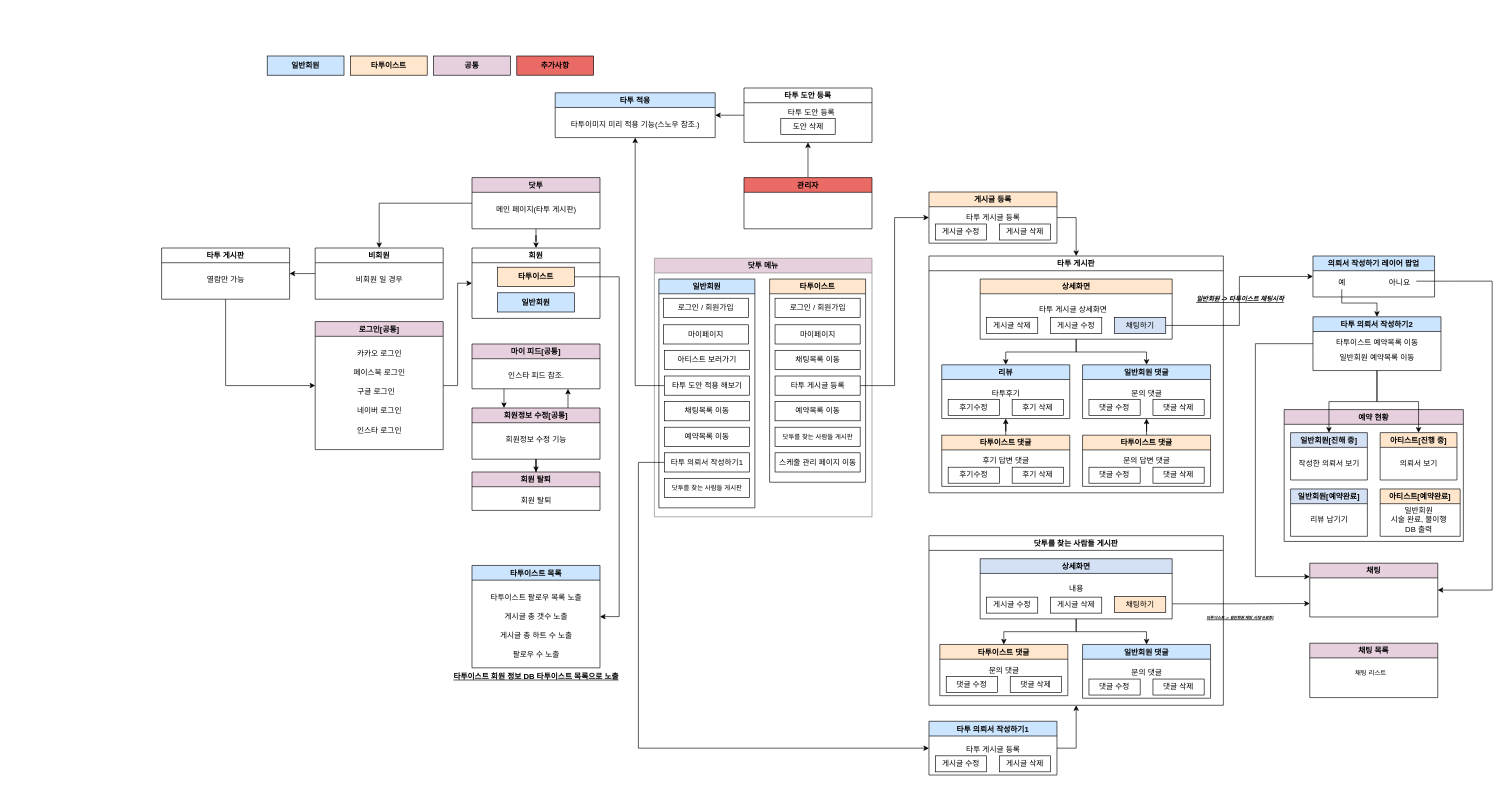
COSMOS98/DoTattoo keeps this draw.io diagram as Untitled Diagram.drawio. Above is the earlier version. Source tidied: cells renumbered, new cells numbered last; positions are measured from the earlier drawing's top-left corner, leaving out a move shared by most shapes. Both pictures are drawn from the tidied source at 64%, with x=0, y=0 at pixel (161, 56).
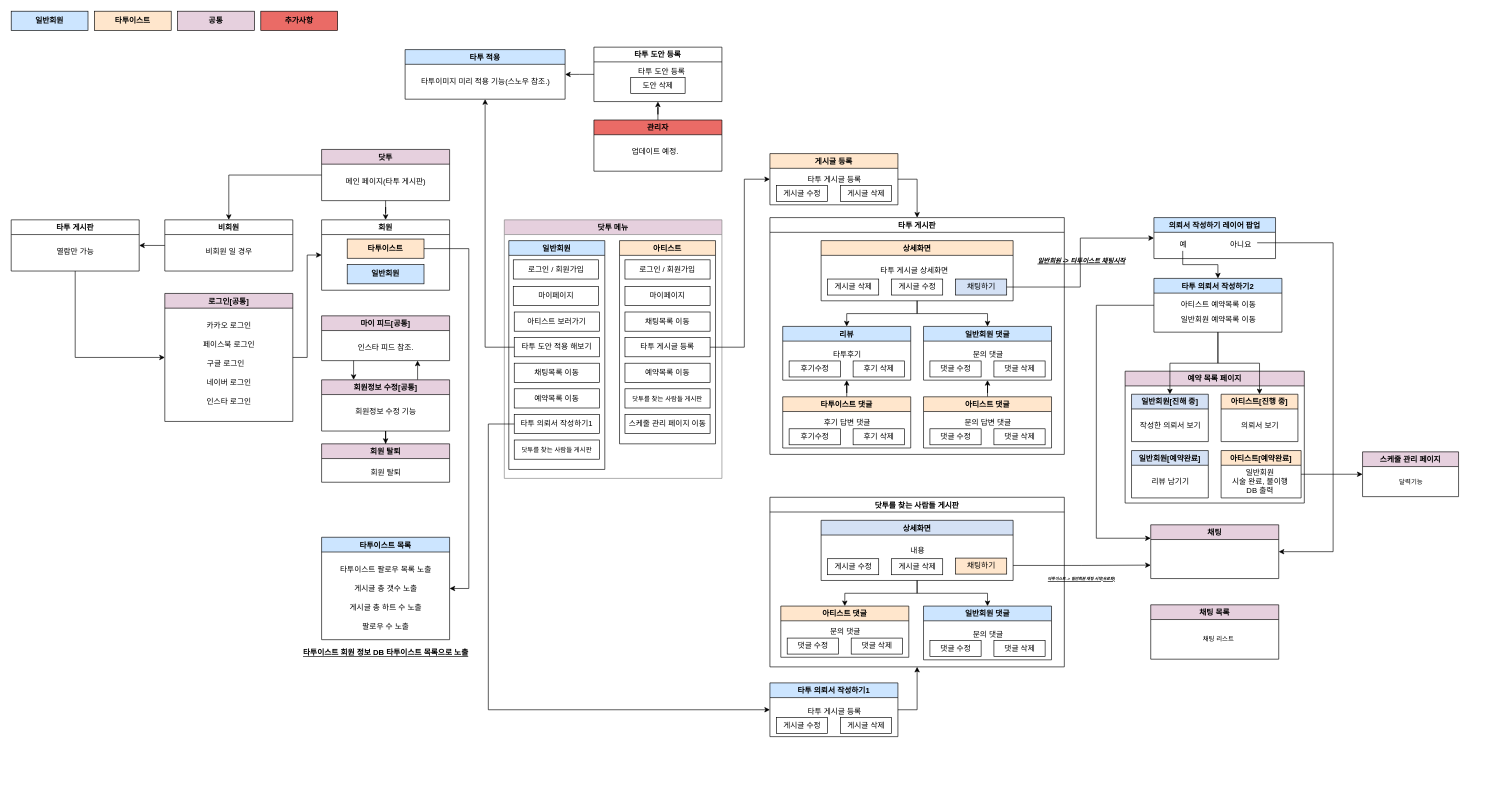
The same diagram, later.

The change refers to these unchanged cells:
```xml
<mxCell id="9" value="타투 의뢰서 작성하기1" style="rounded=0;whiteSpace=wrap;html=1;fillColor=none;" parent="3" vertex="1">
  <mxGeometry x="8.5" y="271.5" width="133" height="30" as="geometry" />
</mxCell>
<mxCell id="18" value="타투 게시글 등록" style="rounded=0;whiteSpace=wrap;html=1;fillColor=none;" parent="12" vertex="1">
  <mxGeometry x="8.5" y="151.5" width="133" height="30" as="geometry" />
</mxCell>
<mxCell id="24" value="&lt;b&gt;타투이스트&lt;/b&gt;" style="rounded=0;whiteSpace=wrap;html=1;fillColor=#FFE6CC;" parent="23" vertex="1">
  <mxGeometry x="40" y="30" width="120" height="30" as="geometry" />
</mxCell>
<mxCell id="120" value="아티스트[예약완료]" style="swimlane;fillColor=#FFE6CC;" parent="113" vertex="1">
  <mxGeometry x="150" y="124" width="125" height="74" as="geometry" />
</mxCell>
<mxCell id="142" value="아니요" style="text;html=1;align=center;verticalAlign=middle;points=[];strokeColor=none;fillColor=none;" parent="140" vertex="1">
  <mxGeometry x="110" y="32" width="50" height="20" as="geometry" />
</mxCell>
```

Change to the diagram source:
```diff
@@
     <mxCell id="2" value="닷투 메뉴" style="swimlane;fillColor=#E6D0DE;strokeColor=#808080;" parent="1" vertex="1">
-      <mxGeometry x="770" y="316" width="340" height="404" as="geometry" />
+      <mxGeometry x="535.5" y="256" width="340" height="404" as="geometry" />
     </mxCell>
@@
-    <mxCell id="12" value="타투이스트" style="swimlane;strokeColor=#000000;fillColor=#FFE6CC;" parent="2" vertex="1">
+    <mxCell id="12" value="아티스트" style="swimlane;strokeColor=#000000;fillColor=#FFE6CC;startSize=23;" parent="2" vertex="1">
       <mxGeometry x="180" y="32.5" width="150" height="317.5" as="geometry" />
     </mxCell>
@@
     <mxCell id="21" value="비회원" style="swimlane;strokeColor=#000000;fillColor=none;" parent="1" vertex="1">
-      <mxGeometry x="240" y="300" width="200" height="80" as="geometry" />
+      <mxGeometry x="5" y="256" width="200" height="80" as="geometry" />
     </mxCell>
@@
     <mxCell id="23" value="회원" style="swimlane;strokeColor=#000000;fillColor=none;" parent="1" vertex="1">
-      <mxGeometry x="485" y="300" width="200" height="110" as="geometry" />
+      <mxGeometry x="250" y="256" width="200" height="110" as="geometry" />
     </mxCell>
@@
     <mxCell id="26" value="타투 게시판" style="swimlane;strokeColor=#000000;fillColor=none;" parent="1" vertex="1">
-      <mxGeometry y="300" width="200" height="80" as="geometry" />
+      <mxGeometry x="-235" y="256" width="200" height="80" as="geometry" />
     </mxCell>
@@
     <mxCell id="29" value="로그인[공통]" style="swimlane;strokeColor=#000000;fillColor=#E6D0DE;" parent="1" vertex="1">
-      <mxGeometry x="240" y="415" width="200" height="200" as="geometry" />
+      <mxGeometry x="5" y="371" width="200" height="200" as="geometry" />
     </mxCell>
@@
     <mxCell id="36" value="마이 피드[공통]" style="swimlane;strokeColor=#000000;fillColor=#E6D0DE;" parent="1" vertex="1">
-      <mxGeometry x="485" y="450" width="200" height="70" as="geometry" />
+      <mxGeometry x="250" y="406" width="200" height="70" as="geometry" />
     </mxCell>
@@
     <mxCell id="40" value="회원정보 수정[공통]" style="swimlane;strokeColor=#000000;fillColor=#E6D0DE;" parent="1" vertex="1">
-      <mxGeometry x="485" y="550" width="200" height="80" as="geometry" />
+      <mxGeometry x="250" y="506" width="200" height="80" as="geometry" />
     </mxCell>
@@
     <mxCell id="42" value="타투 게시판" style="swimlane;strokeColor=#000000;fillColor=none;" parent="1" vertex="1">
-      <mxGeometry x="1199" y="312.5" width="460" height="370" as="geometry" />
+      <mxGeometry x="950.5" y="252.5" width="460" height="370" as="geometry" />
     </mxCell>
@@
-    <mxCell id="64" value="타투이스트 댓글" style="swimlane;strokeColor=#000000;fillColor=#FFE6CC;startSize=23;" parent="42" vertex="1">
+    <mxCell id="64" value="아티스트 댓글" style="swimlane;strokeColor=#000000;fillColor=#FFE6CC;startSize=23;" parent="42" vertex="1">
       <mxGeometry x="240" y="280" width="200" height="80" as="geometry" />
     </mxCell>
@@
     <mxCell id="68" value="타투 적용" style="swimlane;strokeColor=#000000;fillColor=#CCE5FF;" parent="1" vertex="1">
-      <mxGeometry x="615" y="57.5" width="250" height="70" as="geometry" />
+      <mxGeometry x="380.5" y="-10" width="250" height="77.5" as="geometry" />
     </mxCell>
@@
     <mxCell id="70" value="타투이스트 목록" style="swimlane;strokeColor=#000000;fillColor=#CCE5FF;" parent="1" vertex="1">
-      <mxGeometry x="485" y="796" width="200" height="160" as="geometry" />
+      <mxGeometry x="250" y="752" width="200" height="160" as="geometry" />
     </mxCell>
@@
     <mxCell id="76" value="게시글 등록" style="swimlane;strokeColor=#000000;fillColor=#FFE6CC;" parent="1" vertex="1">
-      <mxGeometry x="1199" y="212.5" width="200" height="80" as="geometry" />
+      <mxGeometry x="950.5" y="152.5" width="200" height="80" as="geometry" />
     </mxCell>
@@
     <mxCell id="81" value="타투 도안 등록" style="swimlane;strokeColor=#000000;fillColor=none;" parent="1" vertex="1">
-      <mxGeometry x="910" y="50" width="200" height="85" as="geometry" />
+      <mxGeometry x="675.5" y="-13.8" width="200" height="85" as="geometry" />
     </mxCell>
@@
     <mxCell id="84" value="&lt;b&gt;&lt;u&gt;타투이스트 회원 정보 DB 타투이스트 목록으로 노출&lt;/u&gt;&lt;/b&gt;" style="text;html=1;align=center;verticalAlign=middle;strokeColor=none;fillColor=none;" parent="1" vertex="1">
-      <mxGeometry x="440" y="960" width="290" height="20" as="geometry" />
+      <mxGeometry x="205" y="922.5" width="290" height="20" as="geometry" />
     </mxCell>
     <mxCell id="85" value="&lt;b&gt;일반회원&lt;/b&gt;" style="rounded=0;whiteSpace=wrap;html=1;fillColor=#CCE5FF;" parent="1" vertex="1">
-      <mxGeometry x="165" width="120" height="30" as="geometry" />
+      <mxGeometry x="-235" y="-70" width="120" height="30" as="geometry" />
     </mxCell>
     <mxCell id="86" value="&lt;b&gt;타투이스트&lt;/b&gt;" style="rounded=0;whiteSpace=wrap;html=1;fillColor=#FFE6CC;" parent="1" vertex="1">
-      <mxGeometry x="295" width="120" height="30" as="geometry" />
+      <mxGeometry x="-105" y="-70" width="120" height="30" as="geometry" />
     </mxCell>
     <mxCell id="87" value="&lt;b&gt;공통&lt;/b&gt;" style="rounded=0;whiteSpace=wrap;html=1;fillColor=#E6D0DE;" parent="1" vertex="1">
-      <mxGeometry x="425" width="120" height="30" as="geometry" />
+      <mxGeometry x="25" y="-70" width="120" height="30" as="geometry" />
     </mxCell>
     <mxCell id="88" value="회원 탈퇴" style="swimlane;fillColor=#E6D0DE;" parent="1" vertex="1">
-      <mxGeometry x="485" y="650" width="200" height="60" as="geometry" />
+      <mxGeometry x="250" y="606" width="200" height="60" as="geometry" />
     </mxCell>
@@
     <mxCell id="90" value="&lt;b&gt;추가사항&lt;/b&gt;" style="rounded=0;whiteSpace=wrap;html=1;fillColor=#EA6B66;" parent="1" vertex="1">
-      <mxGeometry x="555" width="120" height="30" as="geometry" />
+      <mxGeometry x="155" y="-70" width="120" height="30" as="geometry" />
     </mxCell>
     <mxCell id="91" value="닷투를 찾는 사람들 게시판" style="swimlane;strokeColor=#000000;fillColor=none;" parent="1" vertex="1">
-      <mxGeometry x="1199" y="749.5" width="460" height="265" as="geometry" />
+      <mxGeometry x="950.5" y="689.5" width="460" height="265" as="geometry" />
     </mxCell>
@@
-    <mxCell id="103" value="타투이스트 댓글" style="swimlane;strokeColor=#000000;fillColor=#FFE6CC;startSize=23;" parent="91" vertex="1">
+    <mxCell id="103" value="아티스트 댓글" style="swimlane;strokeColor=#000000;fillColor=#FFE6CC;startSize=23;" parent="91" vertex="1">
       <mxGeometry x="17" y="170" width="200" height="80" as="geometry" />
     </mxCell>
@@
     <mxCell id="108" value="타투 의뢰서 작성하기1" style="swimlane;strokeColor=#000000;fillColor=#CCE5FF;startSize=23;" parent="1" vertex="1">
-      <mxGeometry x="1199" y="1039.5" width="200" height="84" as="geometry" />
+      <mxGeometry x="950.5" y="979.5" width="200" height="84" as="geometry" />
     </mxCell>
@@
     <mxCell id="112" value="채팅" style="swimlane;strokeColor=#000000;fillColor=#E6D0DE;" parent="1" vertex="1">
-      <mxGeometry x="1794" y="792.5" width="200" height="84" as="geometry" />
+      <mxGeometry x="1545.5" y="732.5" width="200" height="84" as="geometry" />
     </mxCell>
-    <mxCell id="113" value="예약 현황" style="swimlane;strokeColor=#000000;fillColor=#E6D0DE;" parent="1" vertex="1">
-      <mxGeometry x="1754" y="552.5" width="280" height="206" as="geometry" />
+    <mxCell id="113" value="예약 목록 페이지" style="swimlane;strokeColor=#000000;fillColor=#E6D0DE;" parent="1" vertex="1">
+      <mxGeometry x="1505.5" y="492.5" width="280" height="206" as="geometry" />
     </mxCell>
@@
     <mxCell id="122" value="채팅 목록" style="swimlane;strokeColor=#000000;fillColor=#E6D0DE;startSize=23;" parent="1" vertex="1">
-      <mxGeometry x="1794" y="917.5" width="200" height="85" as="geometry" />
+      <mxGeometry x="1545.5" y="857.5" width="200" height="85" as="geometry" />
     </mxCell>
     <mxCell id="123" value="채팅 리스트" style="text;html=1;align=center;verticalAlign=middle;strokeColor=none;fillColor=none;fontSize=10;" parent="122" vertex="1">
-      <mxGeometry x="60" y="36" width="70" height="20" as="geometry" />
+      <mxGeometry x="70" y="42.5" width="70" height="20" as="geometry" />
     </mxCell>
@@
     <mxCell id="126" value="닷투" style="swimlane;strokeColor=#000000;fillColor=#E6D0DE;" parent="1" vertex="1">
-      <mxGeometry x="485" y="190" width="200" height="80" as="geometry" />
+      <mxGeometry x="250" y="146" width="200" height="80" as="geometry" />
     </mxCell>
@@
     <mxCell id="129" value="&lt;u&gt;&lt;font style=&quot;font-size: 6px&quot;&gt;&lt;b&gt;&lt;i&gt;타투이스트 -&amp;gt; 일반회원 채팅 시작(유료화)&lt;/i&gt;&lt;/b&gt;&lt;/font&gt;&lt;/u&gt;" style="text;html=1;align=center;verticalAlign=middle;strokeColor=none;fillColor=none;fontSize=10;" parent="1" vertex="1">
-      <mxGeometry x="1585" y="866" width="200" height="20" as="geometry" />
+      <mxGeometry x="1336.5" y="806" width="200" height="20" as="geometry" />
     </mxCell>
     <mxCell id="130" value="&lt;font style=&quot;font-size: 10px&quot;&gt;&lt;b&gt;&lt;i&gt;&lt;u&gt;일반회원 -&amp;gt; 타투이스트 채팅시작&lt;/u&gt;&lt;/i&gt;&lt;/b&gt;&lt;/font&gt;" style="text;html=1;align=center;verticalAlign=middle;strokeColor=none;fillColor=none;" parent="1" vertex="1">
-      <mxGeometry x="1605" y="370" width="160" height="20" as="geometry" />
+      <mxGeometry x="1356.5" y="310" width="160" height="20" as="geometry" />
     </mxCell>
@@
     <mxCell id="132" value="관리자" style="swimlane;fillColor=#EA6B66;" parent="1" vertex="1">
-      <mxGeometry x="910" y="190" width="200" height="80" as="geometry" />
+      <mxGeometry x="675.5" y="100" width="200" height="80" as="geometry" />
     </mxCell>
@@
     <mxCell id="136" style="edgeStyle=orthogonalEdgeStyle;rounded=0;jettySize=auto;html=1;entryX=0;entryY=0.25;entryDx=0;entryDy=0;exitX=0;exitY=0.5;exitDx=0;exitDy=0;" parent="1" edge="1" source="137" target="112">
       <mxGeometry relative="1" as="geometry">
         <Array as="points">
-          <mxPoint x="1709" y="449.5" />
-          <mxPoint x="1709" y="813.5" />
+          <mxPoint x="1460.5" y="389.5" />
+          <mxPoint x="1460.5" y="753.5" />
         </Array>
       </mxGeometry>
     </mxCell>
     <mxCell id="137" value="타투 의뢰서 작성하기2" style="swimlane;strokeColor=#000000;fillColor=#CCE5FF;startSize=23;" parent="1" vertex="1">
-      <mxGeometry x="1799" y="407.5" width="200" height="84" as="geometry" />
+      <mxGeometry x="1550.5" y="347.5" width="200" height="84" as="geometry" />
     </mxCell>
-    <mxCell id="138" value="타투이스트 예약목록 이동" style="text;html=1;align=center;verticalAlign=middle;strokeColor=none;fillColor=none;" parent="137" vertex="1">
-      <mxGeometry x="25" y="30.5" width="150" height="20" as="geometry" />
+    <mxCell id="138" value="아티스트 예약목록 이동" style="text;html=1;align=center;verticalAlign=middle;strokeColor=none;fillColor=none;" parent="137" vertex="1">
+      <mxGeometry x="30" y="30.5" width="140" height="20" as="geometry" />
     </mxCell>
@@
     <mxCell id="140" value="의뢰서 작성하기 레이어 팝업" style="swimlane;strokeColor=#000000;fillColor=#CCE5FF;startSize=23;" parent="1" vertex="1">
-      <mxGeometry x="1799" y="312.5" width="190" height="64" as="geometry" />
+      <mxGeometry x="1550.5" y="252.5" width="190" height="64" as="geometry" />
     </mxCell>
@@
     <mxCell id="143" style="edgeStyle=orthogonalEdgeStyle;rounded=0;jettySize=auto;html=1;entryX=1;entryY=0.5;entryDx=0;entryDy=0;exitX=1;exitY=0.5;exitDx=0;exitDy=0;" parent="1" edge="1" source="24" target="70">
       <mxGeometry relative="1" as="geometry">
         <Array as="points">
-          <mxPoint x="715" y="345" />
-          <mxPoint x="715" y="876" />
+          <mxPoint x="480" y="301" />
+          <mxPoint x="480" y="832" />
         </Array>
       </mxGeometry>
     </mxCell>
@@
     <mxCell id="145" style="edgeStyle=orthogonalEdgeStyle;rounded=0;jettySize=auto;html=1;entryX=1;entryY=0.5;entryDx=0;entryDy=0;exitX=1.027;exitY=0.367;exitDx=0;exitDy=0;exitPerimeter=0;" parent="1" edge="1" source="142" target="112">
       <mxGeometry relative="1" as="geometry">
         <Array as="points">
-          <mxPoint x="2079" y="351.5" />
-          <mxPoint x="2079" y="834.5" />
+          <mxPoint x="1830.5" y="291.5" />
+          <mxPoint x="1830.5" y="774.5" />
         </Array>
       </mxGeometry>
     </mxCell>
@@
     <mxCell id="147" style="edgeStyle=orthogonalEdgeStyle;rounded=0;jettySize=auto;html=1;entryX=0;entryY=0.5;entryDx=0;entryDy=0;" parent="1" edge="1" source="18" target="76">
-      <mxGeometry relative="1" as="geometry" />
+      <mxGeometry relative="1" as="geometry">
+        <Array as="points">
+          <mxPoint x="910.5" y="455" />
+          <mxPoint x="910.5" y="193" />
+        </Array>
+      </mxGeometry>
     </mxCell>
     <mxCell id="148" style="edgeStyle=orthogonalEdgeStyle;rounded=0;jettySize=auto;html=1;entryX=0;entryY=0.5;entryDx=0;entryDy=0;exitX=0;exitY=0.5;exitDx=0;exitDy=0;" parent="1" edge="1" source="9" target="108">
       <mxGeometry relative="1" as="geometry">
         <Array as="points">
-          <mxPoint x="745" y="635" />
-          <mxPoint x="745" y="1082" />
+          <mxPoint x="510.5" y="575" />
+          <mxPoint x="510.5" y="1022" />
         </Array>
       </mxGeometry>
     </mxCell>
@@
+    <mxCell id="150" style="edgeStyle=orthogonalEdgeStyle;rounded=0;jettySize=auto;html=1;exitX=1;exitY=0.5;exitDx=0;exitDy=0;entryX=0;entryY=0.5;entryDx=0;entryDy=0;" parent="1" edge="1" source="120" target="151">
+      <mxGeometry relative="1" as="geometry" />
+    </mxCell>
+    <mxCell id="151" value="스케줄 관리 페이지" style="swimlane;strokeColor=#000000;fillColor=#E6D0DE;startSize=23;" parent="1" vertex="1">
+      <mxGeometry x="1876.5" y="618.5" width="150" height="70" as="geometry" />
+    </mxCell>
+    <mxCell id="152" value="달력기능" style="text;html=1;align=center;verticalAlign=middle;strokeColor=none;fillColor=none;fontSize=10;" parent="151" vertex="1">
+      <mxGeometry x="50" y="36" width="50" height="20" as="geometry" />
+    </mxCell>
+    <mxCell id="153" value="업데이트 예정." style="text;html=1;align=center;verticalAlign=middle;strokeColor=none;fillColor=none;" parent="1" vertex="1">
+      <mxGeometry x="725.5" y="140" width="90" height="20" as="geometry" />
+    </mxCell>
```
